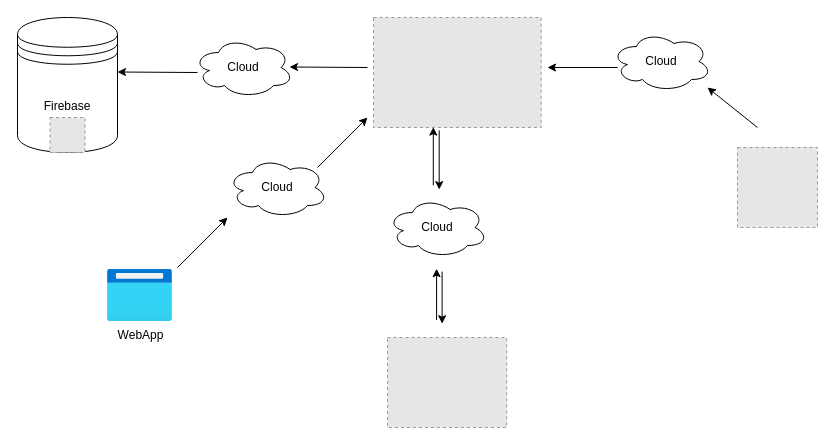
This is bitirme2.drawio from mmutluhan/Diagrams, a draw.io file, before an edit. Source tidied: cells renumbered, new cells numbered last; positions are measured from the earlier drawing's top-left corner, leaving out a move shared by most shapes. Both pictures are drawn from the tidied source at 100%, with x=0, y=0 at pixel (17, 17). Pictures stored in the file or linked from it are replaced by grey dashed boxes.
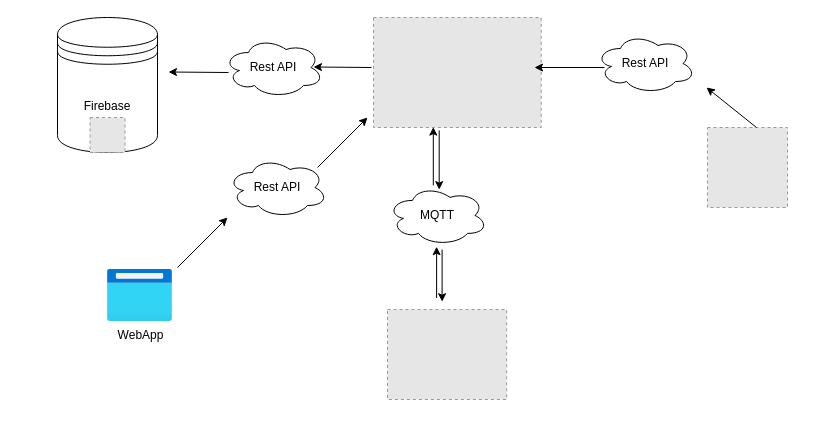
Above is the later version.

What changed in the source:
```diff
@@
     <mxCell id="2" style="fillColor=#E6E6E6;strokeColor=#999999;dashed=1;verticalLabelPosition=bottom;labelBackgroundColor=default;verticalAlign=top;" parent="1" vertex="1">
-      <mxGeometry x="720" y="130" width="80" height="80" as="geometry" />
+      <mxGeometry x="690" y="110" width="80" height="80" as="geometry" />
     </mxCell>
@@
-    <mxCell id="4" value="Cloud" style="ellipse;shape=cloud;whiteSpace=wrap;html=1;align=center;" parent="1" vertex="1">
-      <mxGeometry x="176" y="20" width="100" height="60" as="geometry" />
+    <mxCell id="4" value="Rest API" style="ellipse;shape=cloud;whiteSpace=wrap;html=1;align=center;" parent="1" vertex="1">
+      <mxGeometry x="206" y="20" width="100" height="60" as="geometry" />
     </mxCell>
-    <mxCell id="5" value="Cloud" style="ellipse;shape=cloud;whiteSpace=wrap;html=1;align=center;" parent="1" vertex="1">
+    <mxCell id="5" value="Rest API" style="ellipse;shape=cloud;whiteSpace=wrap;html=1;align=center;" parent="1" vertex="1">
       <mxGeometry x="210" y="140" width="100" height="60" as="geometry" />
     </mxCell>
-    <mxCell id="6" value="Cloud" style="ellipse;shape=cloud;whiteSpace=wrap;html=1;align=center;" parent="1" vertex="1">
-      <mxGeometry x="370" y="180" width="100" height="60" as="geometry" />
+    <mxCell id="6" value="MQTT" style="ellipse;shape=cloud;whiteSpace=wrap;html=1;align=center;" parent="1" vertex="1">
+      <mxGeometry x="370" y="167.9" width="100" height="60" as="geometry" />
     </mxCell>
-    <mxCell id="7" value="Cloud" style="ellipse;shape=cloud;whiteSpace=wrap;html=1;align=center;" parent="1" vertex="1">
-      <mxGeometry x="594" y="14" width="100" height="60" as="geometry" />
+    <mxCell id="7" value="Rest API" style="ellipse;shape=cloud;whiteSpace=wrap;html=1;align=center;" parent="1" vertex="1">
+      <mxGeometry x="578" y="16" width="100" height="60" as="geometry" />
     </mxCell>
     <mxCell id="8" style="fillColor=#E6E6E6;strokeColor=#999999;dashed=1;verticalLabelPosition=bottom;labelBackgroundColor=default;verticalAlign=top;" parent="1" vertex="1">
-      <mxGeometry x="370" y="320" width="119.2" height="90" as="geometry" />
+      <mxGeometry x="370" y="292" width="119.2" height="90" as="geometry" />
     </mxCell>
@@
     <mxCell id="10" style="group;" parent="1" vertex="1">
-      <mxGeometry width="100" height="135" as="geometry" />
+      <mxGeometry x="40" width="100" height="135" as="geometry" />
     </mxCell>
@@
     <mxCell id="15" style="group;rotation=-45;" parent="1" vertex="1">
-      <mxGeometry x="398" y="260" width="47" height="44" as="geometry" />
+      <mxGeometry x="398" y="238" width="47" height="44" as="geometry" />
     </mxCell>
@@
     <mxCell id="18" style="endArrow=classic;html=1;rounded=0;" parent="1" edge="1">
       <mxGeometry relative="1" as="geometry">
-        <mxPoint x="180" y="55" as="sourcePoint" />
-        <mxPoint x="100" y="54.5" as="targetPoint" />
+        <mxPoint x="211" y="55" as="sourcePoint" />
+        <mxPoint x="151" y="54.5" as="targetPoint" />
       </mxGeometry>
     </mxCell>
     <mxCell id="19" style="endArrow=classic;html=1;rounded=0;" parent="1" edge="1">
       <mxGeometry relative="1" as="geometry">
-        <mxPoint x="350" y="50" as="sourcePoint" />
-        <mxPoint x="272" y="49.5" as="targetPoint" />
+        <mxPoint x="354" y="50" as="sourcePoint" />
+        <mxPoint x="296" y="49.5" as="targetPoint" />
       </mxGeometry>
     </mxCell>
@@
     <mxCell id="23" style="endArrow=classic;html=1;rounded=0;" parent="1" edge="1">
       <mxGeometry relative="1" as="geometry">
-        <mxPoint x="600" y="50" as="sourcePoint" />
-        <mxPoint x="530" y="50" as="targetPoint" />
+        <mxPoint x="587" y="50" as="sourcePoint" />
+        <mxPoint x="517" y="50" as="targetPoint" />
       </mxGeometry>
     </mxCell>
     <mxCell id="24" style="endArrow=classic;html=1;rounded=0;" parent="1" edge="1">
       <mxGeometry relative="1" as="geometry">
-        <mxPoint x="740" y="110" as="sourcePoint" />
-        <mxPoint x="690" y="70" as="targetPoint" />
+        <mxPoint x="739" y="110" as="sourcePoint" />
+        <mxPoint x="689" y="70" as="targetPoint" />
       </mxGeometry>
     </mxCell>
```
